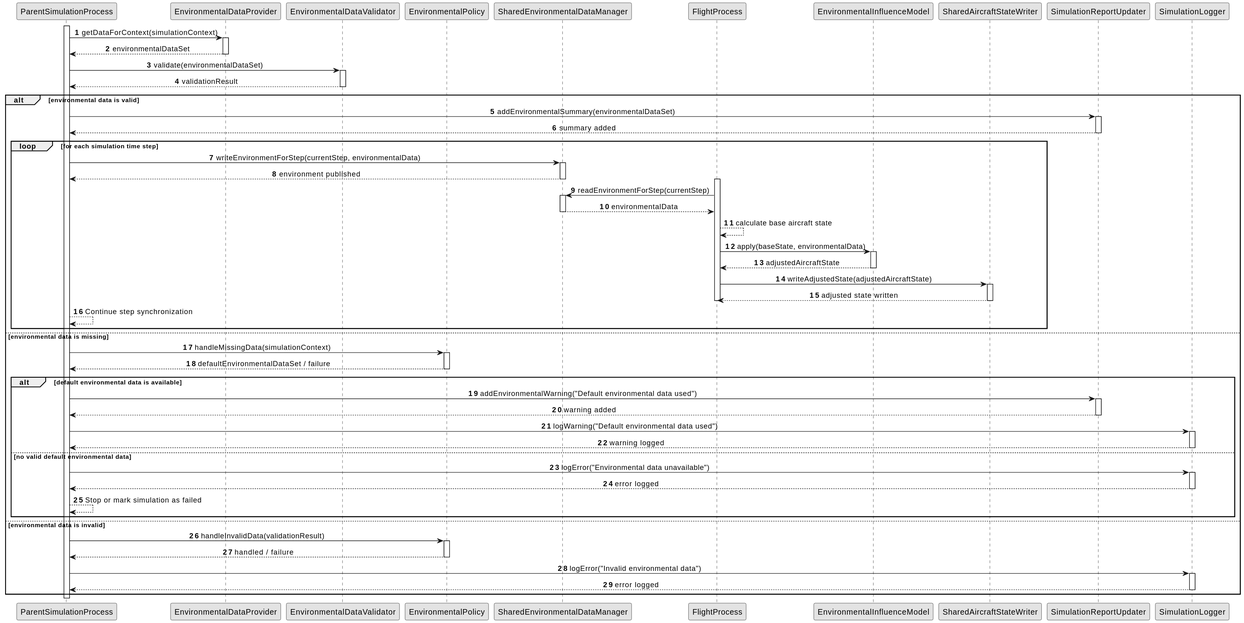
The PlantUML diagram docs/user-stories/06-simulation-and-control/US110/03.design/svg/US110-SD.svg in 1240537-brunorodrigues/sem4pi-2526-individual-1240537, before a commit. Its diagram source:
```plantuml
@startuml
skinparam monochrome true
skinparam packageStyle rectangle
skinparam shadowing false
skinparam sequenceMessageAlign center

autonumber

participant "ParentSimulationProcess" as ParentProcess
participant "EnvironmentalDataProvider" as EnvProvider
participant "EnvironmentalDataValidator" as EnvValidator
participant "EnvironmentalPolicy" as EnvPolicy
participant "SharedEnvironmentalDataManager" as SharedEnvManager
participant "FlightProcess" as FlightProcess
participant "EnvironmentalInfluenceModel" as InfluenceModel
participant "SharedAircraftStateWriter" as StateWriter
participant "SimulationReportUpdater" as ReportUpdater
participant "SimulationLogger" as Logger

activate ParentProcess

ParentProcess -> EnvProvider : getDataForContext(simulationContext)

activate EnvProvider
EnvProvider --> ParentProcess : environmentalDataSet
deactivate EnvProvider

ParentProcess -> EnvValidator : validate(environmentalDataSet)

activate EnvValidator
EnvValidator --> ParentProcess : validationResult
deactivate EnvValidator

alt environmental data is valid

    ParentProcess -> ReportUpdater : addEnvironmentalSummary(environmentalDataSet)

    activate ReportUpdater
    ReportUpdater --> ParentProcess : summary added
    deactivate ReportUpdater

    loop for each simulation time step

        ParentProcess -> SharedEnvManager : writeEnvironmentForStep(currentStep, environmentalData)

        activate SharedEnvManager
        SharedEnvManager --> ParentProcess : environment published
        deactivate SharedEnvManager

        activate FlightProcess

        FlightProcess -> SharedEnvManager : readEnvironmentForStep(currentStep)

        activate SharedEnvManager
        SharedEnvManager --> FlightProcess : environmentalData
        deactivate SharedEnvManager

        FlightProcess --> FlightProcess : calculate base aircraft state

        FlightProcess -> InfluenceModel : apply(baseState, environmentalData)

        activate InfluenceModel
        InfluenceModel --> FlightProcess : adjustedAircraftState
        deactivate InfluenceModel

        FlightProcess -> StateWriter : writeAdjustedState(adjustedAircraftState)

        activate StateWriter
        StateWriter --> FlightProcess : adjusted state written
        deactivate StateWriter

        deactivate FlightProcess

        ParentProcess --> ParentProcess : Continue step synchronization

    end

else environmental data is missing

    ParentProcess -> EnvPolicy : handleMissingData(simulationContext)

    activate EnvPolicy
    EnvPolicy --> ParentProcess : defaultEnvironmentalDataSet / failure
    deactivate EnvPolicy

    alt default environmental data is available

        ParentProcess -> ReportUpdater : addEnvironmentalWarning("Default environmental data used")

        activate ReportUpdater
        ReportUpdater --> ParentProcess : warning added
        deactivate ReportUpdater

        ParentProcess -> Logger : logWarning("Default environmental data used")

        activate Logger
        Logger --> ParentProcess : warning logged
        deactivate Logger

    else no valid default environmental data

        ParentProcess -> Logger : logError("Environmental data unavailable")

        activate Logger
        Logger --> ParentProcess : error logged
        deactivate Logger

        ParentProcess --> ParentProcess : Stop or mark simulation as failed

    end

else environmental data is invalid

    ParentProcess -> EnvPolicy : handleInvalidData(validationResult)

    activate EnvPolicy
    EnvPolicy --> ParentProcess : handled / failure
    deactivate EnvPolicy

    ParentProcess -> Logger : logError("Invalid environmental data")

    activate Logger
    Logger --> ParentProcess : error logged
    deactivate Logger

end

deactivate ParentProcess
@enduml
```
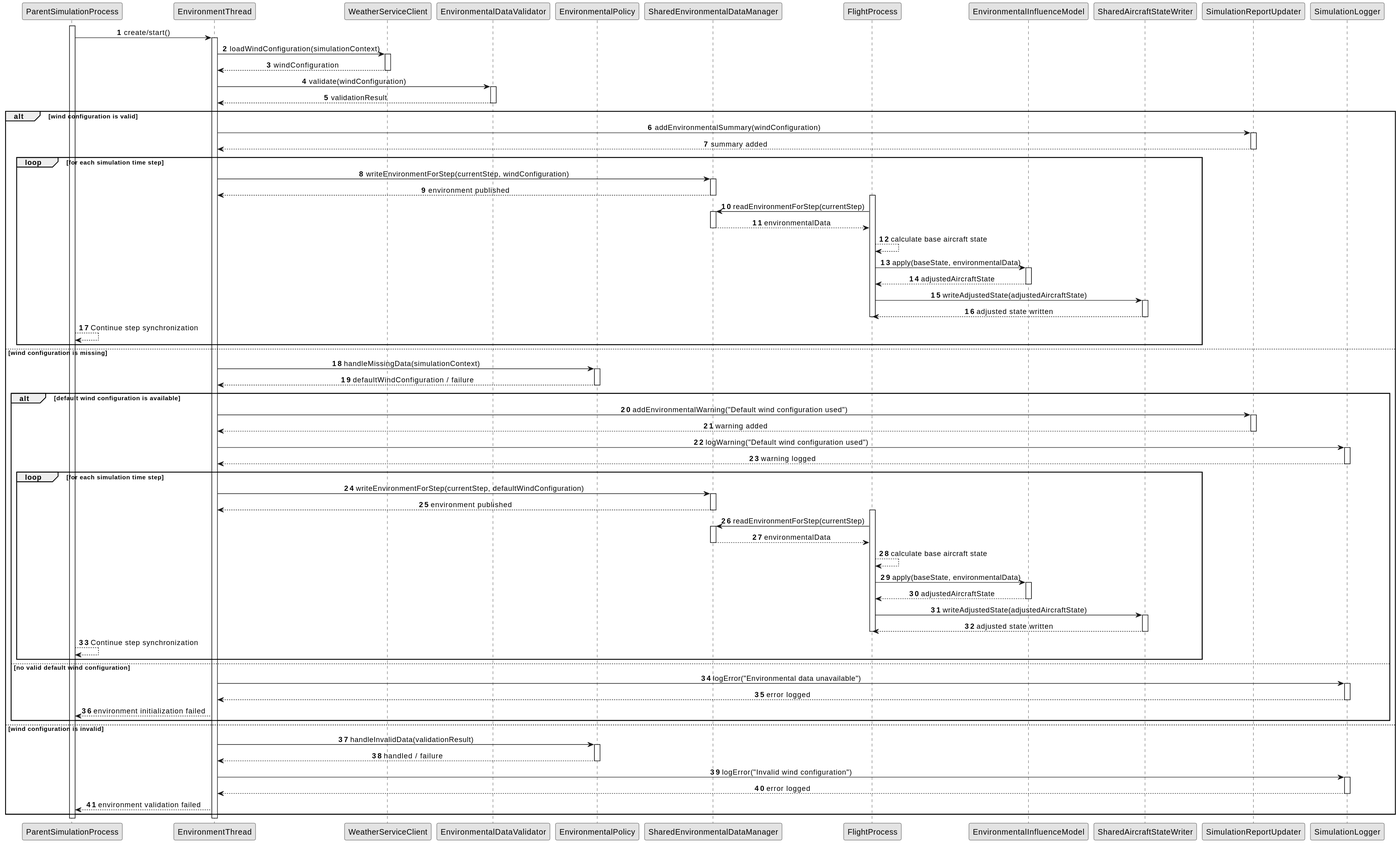
After the change.

What changed in the source:
```diff
@@ -7,7 +7,8 @@
 autonumber
 
 participant "ParentSimulationProcess" as ParentProcess
-participant "EnvironmentalDataProvider" as EnvProvider
+participant "EnvironmentThread" as EnvironmentThread
+participant "WeatherServiceClient" as WeatherServiceClient
 participant "EnvironmentalDataValidator" as EnvValidator
 participant "EnvironmentalPolicy" as EnvPolicy
 participant "SharedEnvironmentalDataManager" as SharedEnvManager
@@ -19,32 +20,35 @@
 
 activate ParentProcess
 
-ParentProcess -> EnvProvider : getDataForContext(simulationContext)
+ParentProcess -> EnvironmentThread : create/start()
 
-activate EnvProvider
-EnvProvider --> ParentProcess : environmentalDataSet
-deactivate EnvProvider
+activate EnvironmentThread
+EnvironmentThread -> WeatherServiceClient : loadWindConfiguration(simulationContext)
 
-ParentProcess -> EnvValidator : validate(environmentalDataSet)
+activate WeatherServiceClient
+WeatherServiceClient --> EnvironmentThread : windConfiguration
+deactivate WeatherServiceClient
+
+EnvironmentThread -> EnvValidator : validate(windConfiguration)
 
 activate EnvValidator
-EnvValidator --> ParentProcess : validationResult
+EnvValidator --> EnvironmentThread : validationResult
 deactivate EnvValidator
 
-alt environmental data is valid
+alt wind configuration is valid
 
-    ParentProcess -> ReportUpdater : addEnvironmentalSummary(environmentalDataSet)
+    EnvironmentThread -> ReportUpdater : addEnvironmentalSummary(windConfiguration)
 
     activate ReportUpdater
-    ReportUpdater --> ParentProcess : summary added
+    ReportUpdater --> EnvironmentThread : summary added
     deactivate ReportUpdater
 
     loop for each simulation time step
 
-        ParentProcess -> SharedEnvManager : writeEnvironmentForStep(currentStep, environmentalData)
+        EnvironmentThread -> SharedEnvManager : writeEnvironmentForStep(currentStep, windConfiguration)
 
         activate SharedEnvManager
-        SharedEnvManager --> ParentProcess : environment published
+        SharedEnvManager --> EnvironmentThread : environment published
         deactivate SharedEnvManager
 
         activate FlightProcess
@@ -75,55 +79,94 @@
 
     end
 
-else environmental data is missing
+else wind configuration is missing
 
-    ParentProcess -> EnvPolicy : handleMissingData(simulationContext)
+    EnvironmentThread -> EnvPolicy : handleMissingData(simulationContext)
 
     activate EnvPolicy
-    EnvPolicy --> ParentProcess : defaultEnvironmentalDataSet / failure
+    EnvPolicy --> EnvironmentThread : defaultWindConfiguration / failure
     deactivate EnvPolicy
 
-    alt default environmental data is available
+    alt default wind configuration is available
 
-        ParentProcess -> ReportUpdater : addEnvironmentalWarning("Default environmental data used")
+        EnvironmentThread -> ReportUpdater : addEnvironmentalWarning("Default wind configuration used")
 
         activate ReportUpdater
-        ReportUpdater --> ParentProcess : warning added
+        ReportUpdater --> EnvironmentThread : warning added
         deactivate ReportUpdater
 
-        ParentProcess -> Logger : logWarning("Default environmental data used")
+        EnvironmentThread -> Logger : logWarning("Default wind configuration used")
 
         activate Logger
-        Logger --> ParentProcess : warning logged
+        Logger --> EnvironmentThread : warning logged
         deactivate Logger
 
-    else no valid default environmental data
+        loop for each simulation time step
 
-        ParentProcess -> Logger : logError("Environmental data unavailable")
+            EnvironmentThread -> SharedEnvManager : writeEnvironmentForStep(currentStep, defaultWindConfiguration)
+
+            activate SharedEnvManager
+            SharedEnvManager --> EnvironmentThread : environment published
+            deactivate SharedEnvManager
+
+            activate FlightProcess
+
+            FlightProcess -> SharedEnvManager : readEnvironmentForStep(currentStep)
+
+            activate SharedEnvManager
+            SharedEnvManager --> FlightProcess : environmentalData
+            deactivate SharedEnvManager
+
+            FlightProcess --> FlightProcess : calculate base aircraft state
+
+            FlightProcess -> InfluenceModel : apply(baseState, environmentalData)
+
+            activate InfluenceModel
+            InfluenceModel --> FlightProcess : adjustedAircraftState
+            deactivate InfluenceModel
+
+            FlightProcess -> StateWriter : writeAdjustedState(adjustedAircraftState)
+
+            activate StateWriter
+            StateWriter --> FlightProcess : adjusted state written
+            deactivate StateWriter
+
+            deactivate FlightProcess
+
+            ParentProcess --> ParentProcess : Continue step synchronization
+
+        end
+
+    else no valid default wind configuration
+
+        EnvironmentThread -> Logger : logError("Environmental data unavailable")
 
         activate Logger
-        Logger --> ParentProcess : error logged
+        Logger --> EnvironmentThread : error logged
         deactivate Logger
 
-        ParentProcess --> ParentProcess : Stop or mark simulation as failed
+        EnvironmentThread --> ParentProcess : environment initialization failed
 
     end
 
-else environmental data is invalid
+else wind configuration is invalid
 
-    ParentProcess -> EnvPolicy : handleInvalidData(validationResult)
+    EnvironmentThread -> EnvPolicy : handleInvalidData(validationResult)
 
     activate EnvPolicy
-    EnvPolicy --> ParentProcess : handled / failure
+    EnvPolicy --> EnvironmentThread : handled / failure
     deactivate EnvPolicy
 
-    ParentProcess -> Logger : logError("Invalid environmental data")
+    EnvironmentThread -> Logger : logError("Invalid wind configuration")
 
     activate Logger
-    Logger --> ParentProcess : error logged
+    Logger --> EnvironmentThread : error logged
     deactivate Logger
+
+    EnvironmentThread --> ParentProcess : environment validation failed
 
 end
 
+deactivate EnvironmentThread
 deactivate ParentProcess
 @enduml
```
